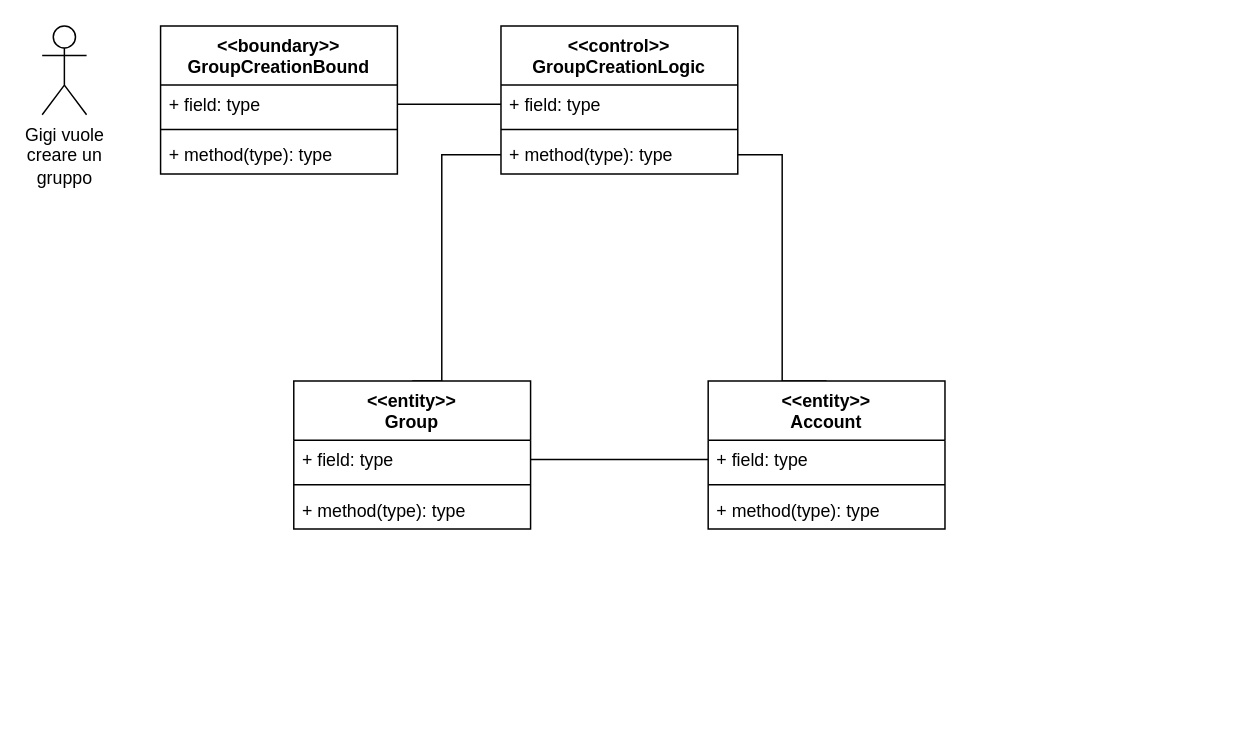
This is Docs/VoPC/VoPC CreateStudyGroup.drawio from nic-agos/DoveStudi, a draw.io file, before an edit. Source tidied: cells renumbered, new cells numbered last; positions are measured from the earlier drawing's top-left corner, leaving out a move shared by most shapes. Both pictures are drawn from the tidied source at 148%, with x=0, y=0 at pixel (41, 25).
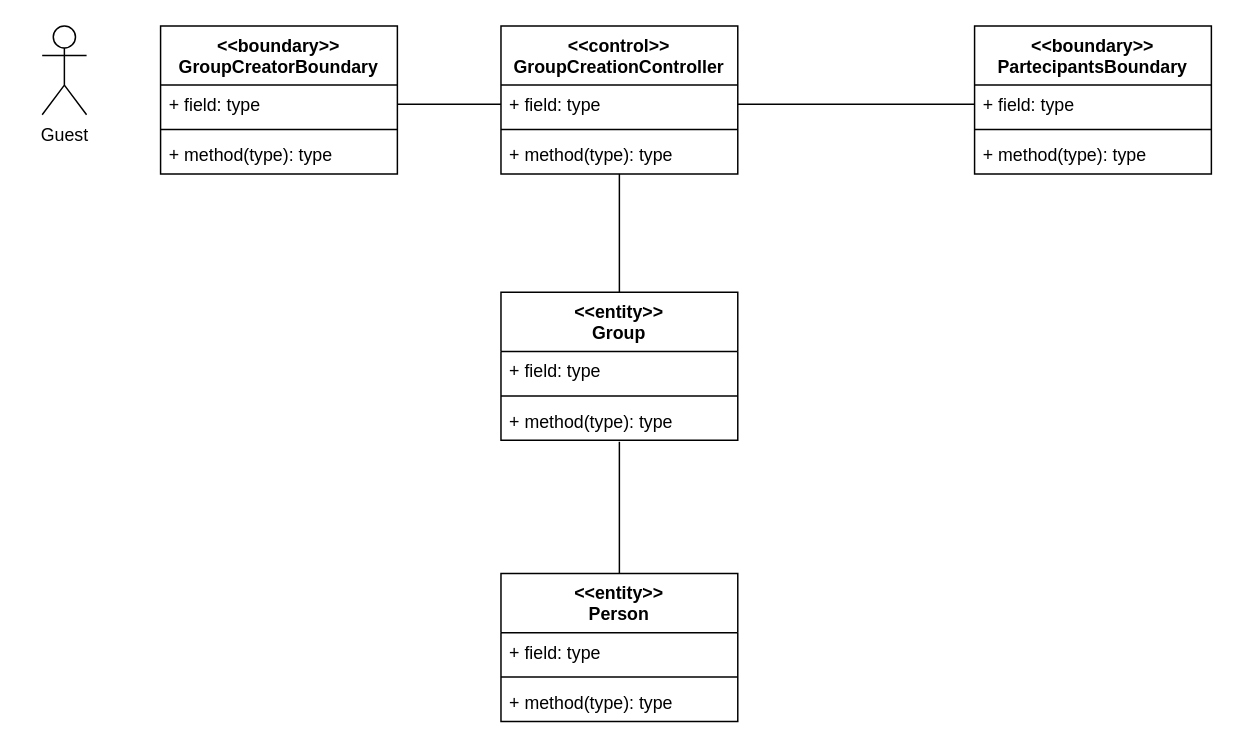
The same page after the edit.

Unchanged cells that the change refers to:
```xml
<mxCell id="4" value="+ field: type" style="text;strokeColor=none;fillColor=none;align=left;verticalAlign=top;spacingLeft=4;spacingRight=4;overflow=hidden;points=[[0,0.5],[1,0.5]];portConstraint=eastwest;" parent="3" vertex="1">
  <mxGeometry y="40" width="160" height="26" as="geometry" />
</mxCell>
<mxCell id="6" value="+ method(type): type" style="text;strokeColor=none;fillColor=none;align=left;verticalAlign=top;spacingLeft=4;spacingRight=4;overflow=hidden;points=[[0,0.5],[1,0.5]];portConstraint=eastwest;" parent="3" vertex="1">
  <mxGeometry y="74" width="160" height="26" as="geometry" />
</mxCell>
<mxCell id="8" value="+ field: type" style="text;strokeColor=none;fillColor=none;align=left;verticalAlign=top;spacingLeft=4;spacingRight=4;overflow=hidden;points=[[0,0.5],[1,0.5]];portConstraint=eastwest;" parent="7" vertex="1">
  <mxGeometry y="40" width="160" height="26" as="geometry" />
</mxCell>
<mxCell id="10" value="+ method(type): type" style="text;strokeColor=none;fillColor=none;align=left;verticalAlign=top;spacingLeft=4;spacingRight=4;overflow=hidden;points=[[0,0.5],[1,0.5]];portConstraint=eastwest;" parent="7" vertex="1">
  <mxGeometry y="74" width="160" height="26" as="geometry" />
</mxCell>
<mxCell id="18" value="+ field: type" style="text;strokeColor=none;fillColor=none;align=left;verticalAlign=top;spacingLeft=4;spacingRight=4;overflow=hidden;points=[[0,0.5],[1,0.5]];portConstraint=eastwest;" parent="17" vertex="1">
  <mxGeometry y="40" width="160" height="26" as="geometry" />
</mxCell>
```

Diff of the diagram source:
```diff
@@
-    <mxCell id="2" style="edgeStyle=orthogonalEdgeStyle;rounded=0;jettySize=auto;html=1;exitX=0.5;exitY=0;exitDx=0;exitDy=0;entryX=0;entryY=0.5;entryDx=0;entryDy=0;endArrow=none;endFill=0;" parent="1" edge="1" source="3" target="10">
-      <mxGeometry relative="1" as="geometry">
-        <Array as="points">
-          <mxPoint x="270" y="240" />
-          <mxPoint x="270" y="87" />
-        </Array>
-      </mxGeometry>
+    <mxCell id="2" style="edgeStyle=orthogonalEdgeStyle;rounded=0;jettySize=auto;html=1;entryX=0.5;entryY=1;entryDx=0;entryDy=0;entryPerimeter=0;endArrow=none;endFill=0;" parent="1" edge="1" source="3" target="10">
+      <mxGeometry relative="1" as="geometry" />
     </mxCell>
     <mxCell id="3" value="&lt;&lt;entity&gt;&gt;&#10;Group" style="swimlane;fontStyle=1;align=center;verticalAlign=top;horizontal=1;startSize=40;" parent="1" vertex="1">
-      <mxGeometry x="170" y="240" width="160" height="100" as="geometry" />
+      <mxGeometry x="310" y="180" width="160" height="100" as="geometry" />
     </mxCell>
@@
-    <mxCell id="7" value="&lt;&lt;control&gt;&gt;&#10;GroupCreationLogic" style="swimlane;fontStyle=1;align=center;verticalAlign=top;horizontal=1;startSize=40;" parent="1" vertex="1">
+    <mxCell id="7" value="&lt;&lt;control&gt;&gt;&#10;GroupCreationController" style="swimlane;fontStyle=1;align=center;verticalAlign=top;horizontal=1;startSize=40;" parent="1" vertex="1">
       <mxGeometry x="310" width="160" height="100" as="geometry" />
     </mxCell>
@@
-    <mxCell id="11" value="&lt;&lt;boundary&gt;&gt;&#10;GroupCreationBound" style="swimlane;fontStyle=1;align=center;verticalAlign=top;horizontal=1;startSize=40;" parent="1" vertex="1">
+    <mxCell id="11" value="&lt;&lt;boundary&gt;&gt;&#10;GroupCreatorBoundary" style="swimlane;fontStyle=1;align=center;verticalAlign=top;horizontal=1;startSize=40;" parent="1" vertex="1">
       <mxGeometry x="80" width="160" height="100" as="geometry" />
     </mxCell>
@@
-    <mxCell id="15" value="Gigi vuole&lt;br&gt;creare un&lt;br&gt;gruppo" style="shape=umlActor;verticalLabelPosition=bottom;verticalAlign=top;html=1;" parent="1" vertex="1">
+    <mxCell id="15" value="Guest" style="shape=umlActor;verticalLabelPosition=bottom;verticalAlign=top;html=1;" parent="1" vertex="1">
       <mxGeometry width="30" height="60" as="geometry" />
     </mxCell>
-    <mxCell id="16" style="edgeStyle=orthogonalEdgeStyle;rounded=0;jettySize=auto;html=1;exitX=0.5;exitY=0;exitDx=0;exitDy=0;endArrow=none;endFill=0;" parent="1" edge="1" source="17" target="10">
-      <mxGeometry relative="1" as="geometry">
-        <Array as="points">
-          <mxPoint x="500" y="240" />
-          <mxPoint x="500" y="87" />
-        </Array>
-      </mxGeometry>
-    </mxCell>
+    <mxCell id="23" style="edgeStyle=orthogonalEdgeStyle;rounded=0;jettySize=auto;html=1;entryX=0.5;entryY=1.038;entryDx=0;entryDy=0;entryPerimeter=0;endArrow=none;endFill=0;" parent="1" edge="1" source="17" target="6">
+      <mxGeometry relative="1" as="geometry" />
+    </mxCell>
-    <mxCell id="17" value="&lt;&lt;entity&gt;&gt;&#10;Account" style="swimlane;fontStyle=1;align=center;verticalAlign=top;horizontal=1;startSize=40;" parent="1" vertex="1">
-      <mxGeometry x="450" y="240" width="160" height="100" as="geometry" />
+    <mxCell id="17" value="&lt;&lt;entity&gt;&gt;&#10;Person" style="swimlane;fontStyle=1;align=center;verticalAlign=top;horizontal=1;startSize=40;" parent="1" vertex="1">
+      <mxGeometry x="310" y="370" width="160" height="100" as="geometry" />
     </mxCell>
@@
-    <mxCell id="22" style="edgeStyle=orthogonalEdgeStyle;rounded=0;jettySize=auto;html=1;exitX=1;exitY=0.5;exitDx=0;exitDy=0;entryX=0;entryY=0.5;entryDx=0;entryDy=0;endArrow=none;endFill=0;" parent="1" edge="1" source="4" target="18">
-      <mxGeometry relative="1" as="geometry" />
-    </mxCell>
+    <mxCell id="24" value="&lt;&lt;boundary&gt;&gt;&#10;PartecipantsBoundary" style="swimlane;fontStyle=1;align=center;verticalAlign=top;horizontal=1;startSize=40;" parent="1" vertex="1">
+      <mxGeometry x="630" width="160" height="100" as="geometry" />
+    </mxCell>
+    <mxCell id="25" value="+ field: type" style="text;strokeColor=none;fillColor=none;align=left;verticalAlign=top;spacingLeft=4;spacingRight=4;overflow=hidden;points=[[0,0.5],[1,0.5]];portConstraint=eastwest;" parent="24" vertex="1">
+      <mxGeometry y="40" width="160" height="26" as="geometry" />
+    </mxCell>
+    <mxCell id="26" style="line;strokeWidth=1;fillColor=none;align=left;verticalAlign=middle;spacingTop=-1;spacingLeft=3;spacingRight=3;labelPosition=right;" parent="24" vertex="1">
+      <mxGeometry y="66" width="160" height="8" as="geometry" />
+    </mxCell>
+    <mxCell id="27" value="+ method(type): type" style="text;strokeColor=none;fillColor=none;align=left;verticalAlign=top;spacingLeft=4;spacingRight=4;overflow=hidden;" parent="24" vertex="1">
+      <mxGeometry y="74" width="160" height="26" as="geometry" />
+    </mxCell>
+    <mxCell id="28" style="edgeStyle=orthogonalEdgeStyle;rounded=0;jettySize=auto;html=1;entryX=0;entryY=0.5;entryDx=0;entryDy=0;endArrow=none;endFill=0;" parent="1" edge="1" source="8" target="25">
+      <mxGeometry relative="1" as="geometry" />
+    </mxCell>
```
